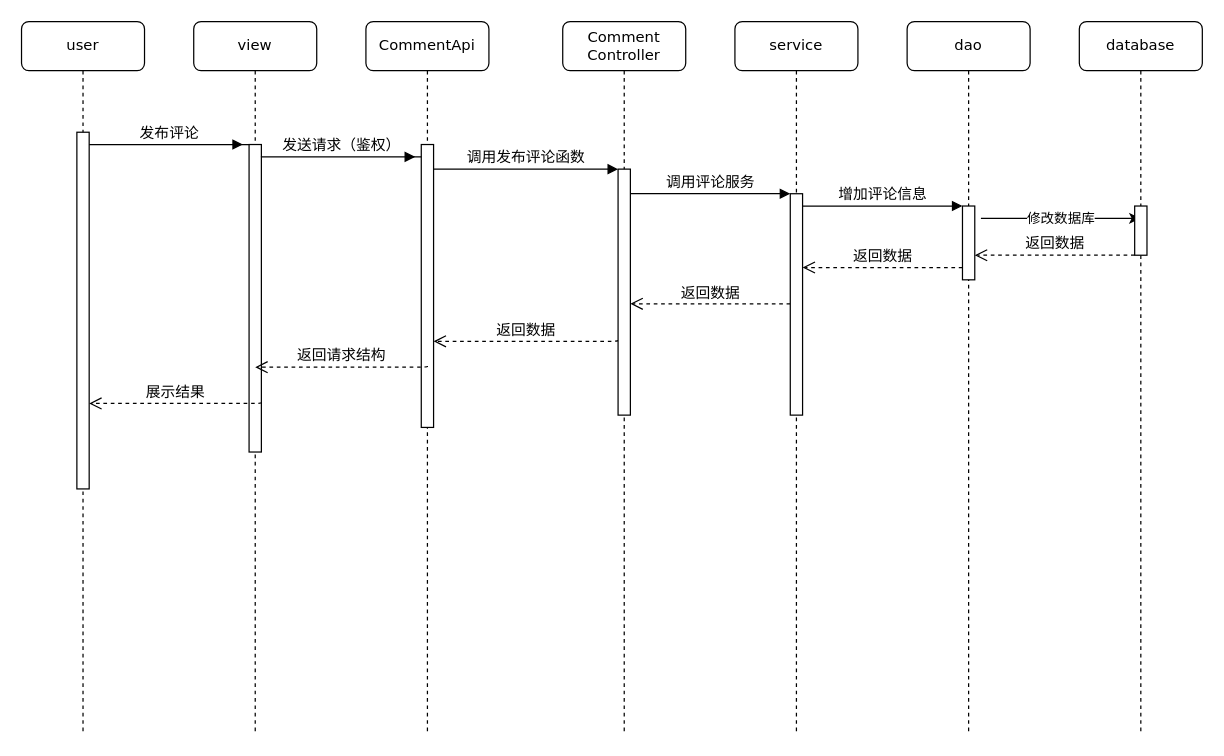
myjdml/drowio keeps this draw.io diagram as 毕业设计CQUPT/评论时序图.drawio. Above is the earlier version. Source tidied: cells renumbered, new cells numbered last; positions are measured from the earlier drawing's top-left corner, leaving out a move shared by most shapes. Both pictures are drawn from the tidied source at 123%, with x=0, y=0 at pixel (21, 21).
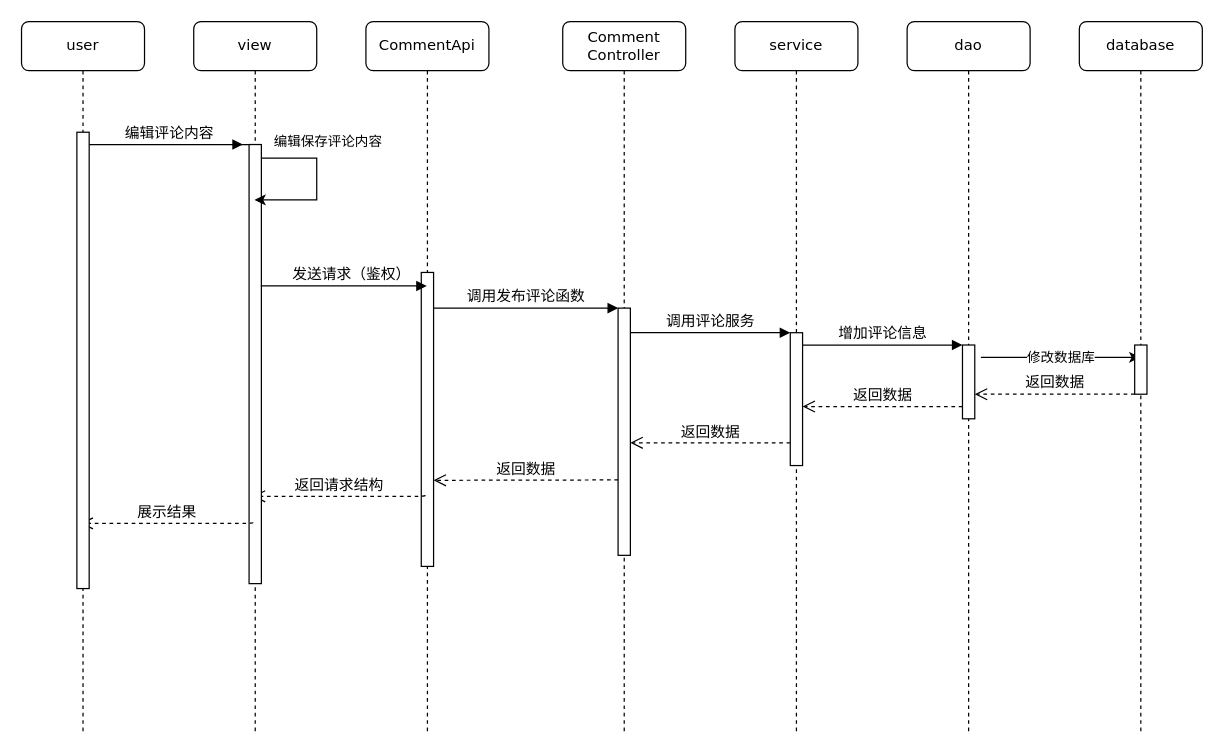
The same diagram, later.

Commit message:
更新评论时序图.drawio

Unchanged cells that the change refers to:
```xml
<mxCell id="2" value="CommentApi" style="shape=umlLifeline;perimeter=lifelinePerimeter;whiteSpace=wrap;html=1;outlineConnect=0;rounded=1;shadow=0;comic=0;labelBackgroundColor=none;strokeWidth=1;fontFamily=Verdana;fontSize=12;align=center;" parent="1" vertex="1">
  <mxGeometry x="280" width="100" height="580" as="geometry" />
</mxCell>
<mxCell id="5" value="Comment&lt;br&gt;Controller" style="shape=umlLifeline;perimeter=lifelinePerimeter;whiteSpace=wrap;html=1;rounded=1;shadow=0;comic=0;labelBackgroundColor=none;strokeWidth=1;fontFamily=Verdana;fontSize=12;align=center;" parent="1" vertex="1">
  <mxGeometry x="440" width="100" height="580" as="geometry" />
</mxCell>
<mxCell id="8" value="service" style="shape=umlLifeline;perimeter=lifelinePerimeter;whiteSpace=wrap;html=1;rounded=1;shadow=0;comic=0;labelBackgroundColor=none;strokeWidth=1;fontFamily=Verdana;fontSize=12;align=center;" parent="1" vertex="1">
  <mxGeometry x="580" width="100" height="580" as="geometry" />
</mxCell>
<mxCell id="10" value="dao" style="shape=umlLifeline;perimeter=lifelinePerimeter;whiteSpace=wrap;html=1;rounded=1;shadow=0;comic=0;labelBackgroundColor=none;strokeWidth=1;fontFamily=Verdana;fontSize=12;align=center;" parent="1" vertex="1">
  <mxGeometry x="720" width="100" height="580" as="geometry" />
</mxCell>
<mxCell id="13" value="database" style="shape=umlLifeline;perimeter=lifelinePerimeter;whiteSpace=wrap;html=1;outlineConnect=0;rounded=1;shadow=0;comic=0;labelBackgroundColor=none;strokeWidth=1;fontFamily=Verdana;fontSize=12;align=center;" parent="1" vertex="1">
  <mxGeometry x="860" width="100" height="580" as="geometry" />
</mxCell>
<mxCell id="15" value="view" style="shape=umlLifeline;perimeter=lifelinePerimeter;whiteSpace=wrap;html=1;outlineConnect=0;rounded=1;shadow=0;comic=0;labelBackgroundColor=none;strokeWidth=1;fontFamily=Verdana;fontSize=12;align=center;" parent="1" vertex="1">
  <mxGeometry x="140" width="100" height="580" as="geometry" />
</mxCell>
<mxCell id="25" value="user" style="shape=umlLifeline;perimeter=lifelinePerimeter;whiteSpace=wrap;html=1;rounded=1;shadow=0;comic=0;labelBackgroundColor=none;strokeWidth=1;fontFamily=Verdana;fontSize=12;align=center;" parent="1" vertex="1">
  <mxGeometry width="100" height="580" as="geometry" />
</mxCell>
```

What changed in the source:
```diff
@@
     <mxCell id="3" style="html=1;points=[];perimeter=orthogonalPerimeter;rounded=0;shadow=0;comic=0;labelBackgroundColor=none;strokeWidth=1;fontFamily=Verdana;fontSize=12;align=center;" parent="2" vertex="1">
-      <mxGeometry x="45" y="100" width="10" height="230" as="geometry" />
+      <mxGeometry x="45" y="204" width="10" height="239" as="geometry" />
     </mxCell>
     <mxCell id="4" value="返回数据" style="html=1;verticalAlign=bottom;endArrow=open;dashed=1;endSize=8;labelBackgroundColor=none;fontFamily=Verdana;fontSize=12;edgeStyle=elbowEdgeStyle;elbow=vertical;exitX=0;exitY=0.695;exitDx=0;exitDy=0;exitPerimeter=0;" parent="2" edge="1" source="6">
       <mxGeometry relative="1" as="geometry">
-        <mxPoint x="55" y="260" as="targetPoint" />
+        <mxPoint x="55" y="373" as="targetPoint" />
         <Array as="points">
-          <mxPoint x="160" y="260" />
+          <mxPoint x="160" y="373" />
         </Array>
       </mxGeometry>
     </mxCell>
+    <mxCell id="18" value="返回请求结构" style="html=1;verticalAlign=bottom;endArrow=open;dashed=1;endSize=8;labelBackgroundColor=none;fontFamily=Verdana;fontSize=12;edgeStyle=elbowEdgeStyle;elbow=vertical;exitX=0;exitY=0.695;exitDx=0;exitDy=0;exitPerimeter=0;" parent="2" edge="1">
+      <mxGeometry relative="1" as="geometry">
+        <mxPoint x="48" y="385" as="sourcePoint" />
+        <mxPoint x="-92" y="386" as="targetPoint" />
+        <Array as="points">
+          <mxPoint x="3" y="386" />
+        </Array>
+      </mxGeometry>
+    </mxCell>
@@
     <mxCell id="6" style="html=1;points=[];perimeter=orthogonalPerimeter;rounded=0;shadow=0;comic=0;labelBackgroundColor=none;strokeWidth=1;fontFamily=Verdana;fontSize=12;align=center;" parent="5" vertex="1">
-      <mxGeometry x="45" y="120" width="10" height="200" as="geometry" />
+      <mxGeometry x="45" y="233" width="10" height="201" as="geometry" />
     </mxCell>
     <mxCell id="7" value="返回数据" style="html=1;verticalAlign=bottom;endArrow=open;dashed=1;endSize=8;labelBackgroundColor=none;fontFamily=Verdana;fontSize=12;edgeStyle=elbowEdgeStyle;elbow=vertical;" parent="5" edge="1">
       <mxGeometry relative="1" as="geometry">
-        <mxPoint x="185" y="229.5" as="sourcePoint" />
-        <mxPoint x="55" y="229.5" as="targetPoint" />
+        <mxPoint x="185" y="342.5" as="sourcePoint" />
+        <mxPoint x="55" y="342.5" as="targetPoint" />
         <Array as="points">
-          <mxPoint x="160" y="229.5" />
+          <mxPoint x="160" y="342.5" />
         </Array>
       </mxGeometry>
     </mxCell>
@@
     <mxCell id="9" value="返回数据" style="html=1;verticalAlign=bottom;endArrow=open;dashed=1;endSize=8;labelBackgroundColor=none;fontFamily=Verdana;fontSize=12;edgeStyle=elbowEdgeStyle;elbow=vertical;" parent="8" edge="1">
       <mxGeometry relative="1" as="geometry">
-        <mxPoint x="185" y="200" as="sourcePoint" />
-        <mxPoint x="55" y="200" as="targetPoint" />
+        <mxPoint x="185" y="313" as="sourcePoint" />
+        <mxPoint x="55" y="313" as="targetPoint" />
         <Array as="points">
-          <mxPoint x="160" y="200" />
+          <mxPoint x="160" y="313" />
         </Array>
       </mxGeometry>
     </mxCell>
@@
-    <mxCell id="11" value="修改数据库" style="endArrow=classic;html=1;rounded=0;" parent="10" edge="1" target="13">
+    <mxCell id="11" value="修改数据库" style="endArrow=classic;html=1;rounded=0;" parent="10" edge="1">
       <mxGeometry relative="1" as="geometry">
-        <mxPoint x="60" y="160" as="sourcePoint" />
+        <mxPoint x="60" y="273" as="sourcePoint" />
+        <mxPoint x="189.5" y="273" as="targetPoint" />
       </mxGeometry>
     </mxCell>
     <mxCell id="12" value="返回数据" style="html=1;verticalAlign=bottom;endArrow=open;dashed=1;endSize=8;labelBackgroundColor=none;fontFamily=Verdana;fontSize=12;edgeStyle=elbowEdgeStyle;elbow=vertical;" parent="10" edge="1">
       <mxGeometry relative="1" as="geometry">
-        <mxPoint x="185" y="190" as="sourcePoint" />
-        <mxPoint x="55" y="190" as="targetPoint" />
+        <mxPoint x="185" y="303" as="sourcePoint" />
+        <mxPoint x="55" y="303" as="targetPoint" />
         <Array as="points">
-          <mxPoint x="160" y="190" />
+          <mxPoint x="160" y="303" />
         </Array>
       </mxGeometry>
     </mxCell>
@@
     <mxCell id="14" style="html=1;perimeter=orthogonalPerimeter;targetShapes=umlLifeline;newEdgeStyle={&quot;edgeStyle&quot;:&quot;elbowEdgeStyle&quot;,&quot;elbow&quot;:&quot;vertical&quot;,&quot;curved&quot;:0,&quot;rounded&quot;:0};" parent="13" vertex="1">
-      <mxGeometry x="45" y="150" width="10" height="40" as="geometry" />
+      <mxGeometry x="45" y="263" width="10" height="40" as="geometry" />
     </mxCell>
@@
     <mxCell id="16" style="html=1;points=[];perimeter=orthogonalPerimeter;rounded=0;shadow=0;comic=0;labelBackgroundColor=none;strokeWidth=1;fontFamily=Verdana;fontSize=12;align=center;" parent="15" vertex="1">
-      <mxGeometry x="45" y="100" width="10" height="250" as="geometry" />
+      <mxGeometry x="45" y="100" width="10" height="357" as="geometry" />
     </mxCell>
-    <mxCell id="17" value="发送请求（鉴权）" style="html=1;verticalAlign=bottom;endArrow=block;labelBackgroundColor=none;fontFamily=Verdana;fontSize=12;edgeStyle=elbowEdgeStyle;elbow=vertical;" parent="15" edge="1">
+    <mxCell id="17" value="发送请求（鉴权）" style="html=1;verticalAlign=bottom;endArrow=block;labelBackgroundColor=none;fontFamily=Verdana;fontSize=12;edgeStyle=elbowEdgeStyle;elbow=vertical;" parent="15" edge="1" target="2">
       <mxGeometry x="0.55" relative="1" as="geometry">
-        <mxPoint x="185" y="110" as="sourcePoint" />
-        <mxPoint x="180" y="110" as="targetPoint" />
+        <mxPoint x="185" y="215" as="sourcePoint" />
         <Array as="points">
-          <mxPoint x="50" y="110" />
+          <mxPoint x="50" y="215" />
         </Array>
       </mxGeometry>
     </mxCell>
-    <mxCell id="18" value="返回请求结构" style="html=1;verticalAlign=bottom;endArrow=open;dashed=1;endSize=8;labelBackgroundColor=none;fontFamily=Verdana;fontSize=12;edgeStyle=elbowEdgeStyle;elbow=vertical;exitX=0;exitY=0.695;exitDx=0;exitDy=0;exitPerimeter=0;" parent="15" edge="1">
-      <mxGeometry relative="1" as="geometry">
-        <mxPoint x="190" y="280" as="sourcePoint" />
-        <mxPoint x="50" y="281" as="targetPoint" />
-        <Array as="points">
-          <mxPoint x="145" y="281" />
-        </Array>
-      </mxGeometry>
-    </mxCell>
+    <mxCell id="28" style="endArrow=classic;html=1;rounded=0;" parent="15" edge="1" target="15">
+      <mxGeometry relative="1" as="geometry">
+        <mxPoint x="55" y="111" as="sourcePoint" />
+        <Array as="points">
+          <mxPoint x="100" y="111" />
+          <mxPoint x="100" y="145" />
+        </Array>
+      </mxGeometry>
+    </mxCell>
+    <mxCell id="29" value="编辑保存评论内容" style="edgeLabel;html=1;align=center;verticalAlign=middle;" parent="28" vertex="1">
+      <mxGeometry x="-0.02" y="-2" relative="1" as="geometry">
+        <mxPoint x="10" y="-32" as="offset" />
+      </mxGeometry>
+    </mxCell>
+    <mxCell id="27" value="展示结果" style="html=1;verticalAlign=bottom;endArrow=open;dashed=1;endSize=8;labelBackgroundColor=none;fontFamily=Verdana;fontSize=12;edgeStyle=elbowEdgeStyle;elbow=vertical;exitX=0;exitY=0.695;exitDx=0;exitDy=0;exitPerimeter=0;" parent="15" edge="1">
+      <mxGeometry relative="1" as="geometry">
+        <mxPoint x="48" y="407" as="sourcePoint" />
+        <mxPoint x="-92" y="408" as="targetPoint" />
+        <Array as="points">
+          <mxPoint x="3" y="408" />
+        </Array>
+      </mxGeometry>
+    </mxCell>
     <mxCell id="19" style="html=1;points=[];perimeter=orthogonalPerimeter;rounded=0;shadow=0;comic=0;labelBackgroundColor=none;strokeWidth=1;fontFamily=Verdana;fontSize=12;align=center;" parent="1" vertex="1">
-      <mxGeometry x="625" y="140" width="10" height="180" as="geometry" />
+      <mxGeometry x="625" y="253" width="10" height="108" as="geometry" />
     </mxCell>
     <mxCell id="20" value="调用评论服务" style="html=1;verticalAlign=bottom;endArrow=block;labelBackgroundColor=none;fontFamily=Verdana;fontSize=12;edgeStyle=elbowEdgeStyle;elbow=vertical;" parent="1" edge="1" source="6" target="19">
       <mxGeometry relative="1" as="geometry">
         <Array as="points">
-          <mxPoint x="500" y="140" />
+          <mxPoint x="500" y="253" />
         </Array>
       </mxGeometry>
     </mxCell>
     <mxCell id="21" style="html=1;points=[];perimeter=orthogonalPerimeter;rounded=0;shadow=0;comic=0;labelBackgroundColor=none;strokeWidth=1;fontFamily=Verdana;fontSize=12;align=center;" parent="1" vertex="1">
-      <mxGeometry x="765" y="150" width="10" height="60" as="geometry" />
+      <mxGeometry x="765" y="263" width="10" height="60" as="geometry" />
     </mxCell>
@@
-    <mxCell id="23" value="发布评论" style="html=1;verticalAlign=bottom;endArrow=block;labelBackgroundColor=none;fontFamily=Verdana;fontSize=12;edgeStyle=elbowEdgeStyle;elbow=vertical;" parent="1" edge="1" source="16">
+    <mxCell id="23" value="编辑评论内容" style="html=1;verticalAlign=bottom;endArrow=block;labelBackgroundColor=none;fontFamily=Verdana;fontSize=12;edgeStyle=elbowEdgeStyle;elbow=vertical;" parent="1" edge="1" source="16">
       <mxGeometry x="0.55" relative="1" as="geometry">
         <mxPoint x="180" y="100" as="targetPoint" />
         <Array as="points">
           <mxPoint x="50" y="100" />
         </Array>
       </mxGeometry>
     </mxCell>
@@
     <mxCell id="26" style="html=1;perimeter=orthogonalPerimeter;rounded=0;shadow=0;comic=0;labelBackgroundColor=none;strokeWidth=1;fontFamily=Verdana;fontSize=12;align=center;" parent="25" vertex="1">
-      <mxGeometry x="45" y="90" width="10" height="290" as="geometry" />
+      <mxGeometry x="45" y="90" width="10" height="371" as="geometry" />
     </mxCell>
-    <mxCell id="27" value="展示结果" style="html=1;verticalAlign=bottom;endArrow=open;dashed=1;endSize=8;labelBackgroundColor=none;fontFamily=Verdana;fontSize=12;edgeStyle=elbowEdgeStyle;elbow=vertical;exitX=0;exitY=0.695;exitDx=0;exitDy=0;exitPerimeter=0;" parent="25" edge="1">
-      <mxGeometry relative="1" as="geometry">
-        <mxPoint x="195" y="309.5" as="sourcePoint" />
-        <mxPoint x="55" y="310.5" as="targetPoint" />
-        <Array as="points">
-          <mxPoint x="150" y="310.5" />
-        </Array>
-      </mxGeometry>
-    </mxCell>
```
